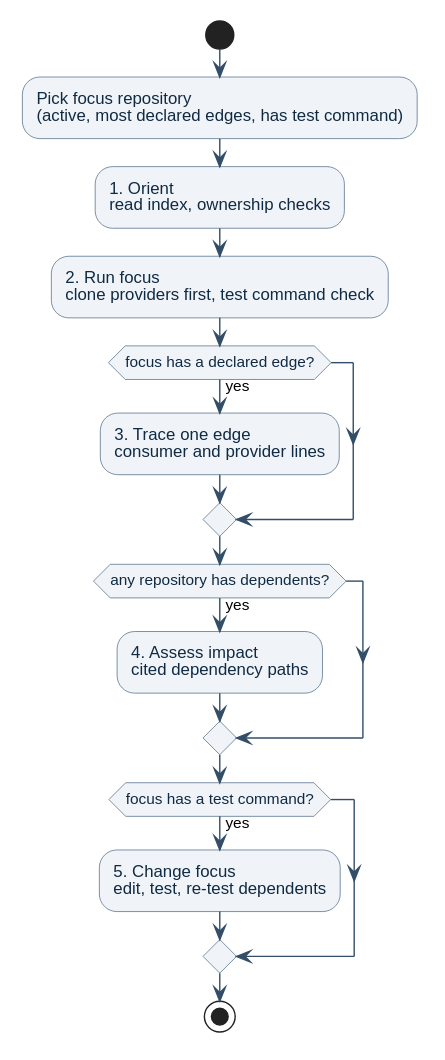
Earlier version of the PlantUML export docs/specs/diagrams/01a10804fd3272c3/learning-path.svg (brunobrise/xfeat).
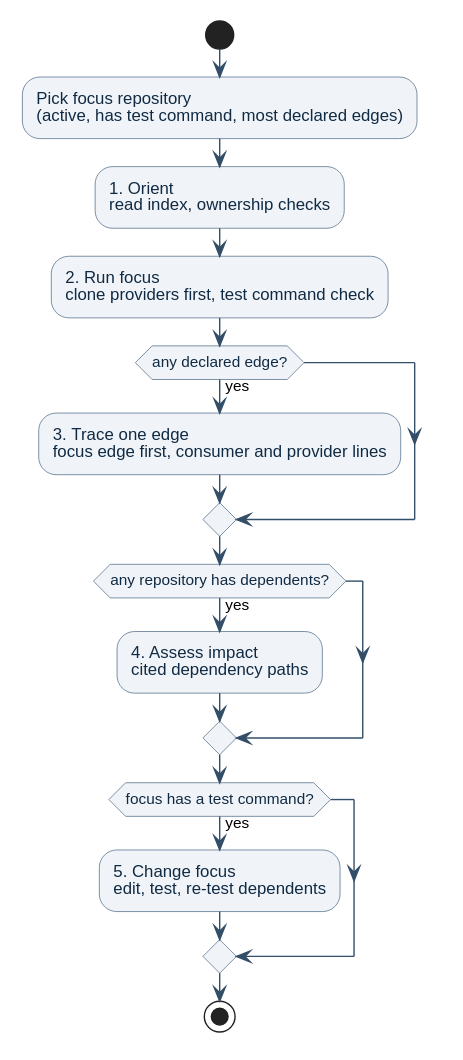
The same diagram one commit later.

Commit message:
fix: prefer testable focus and drop giveaway checks after dogfood

The edit, as a diff of the source:
```diff
@@ -10,11 +10,11 @@
 skinparam arrowColor #334E68
 
 start
-:Pick focus repository\n(active, most declared edges, has test command);
+:Pick focus repository\n(active, has test command, most declared edges);
 :1. Orient\nread index, ownership checks;
 :2. Run focus\nclone providers first, test command check;
-if (focus has a declared edge?) then (yes)
-  :3. Trace one edge\nconsumer and provider lines;
+if (any declared edge?) then (yes)
+  :3. Trace one edge\nfocus edge first, consumer and provider lines;
 endif
 if (any repository has dependents?) then (yes)
   :4. Assess impact\ncited dependency paths;
```
